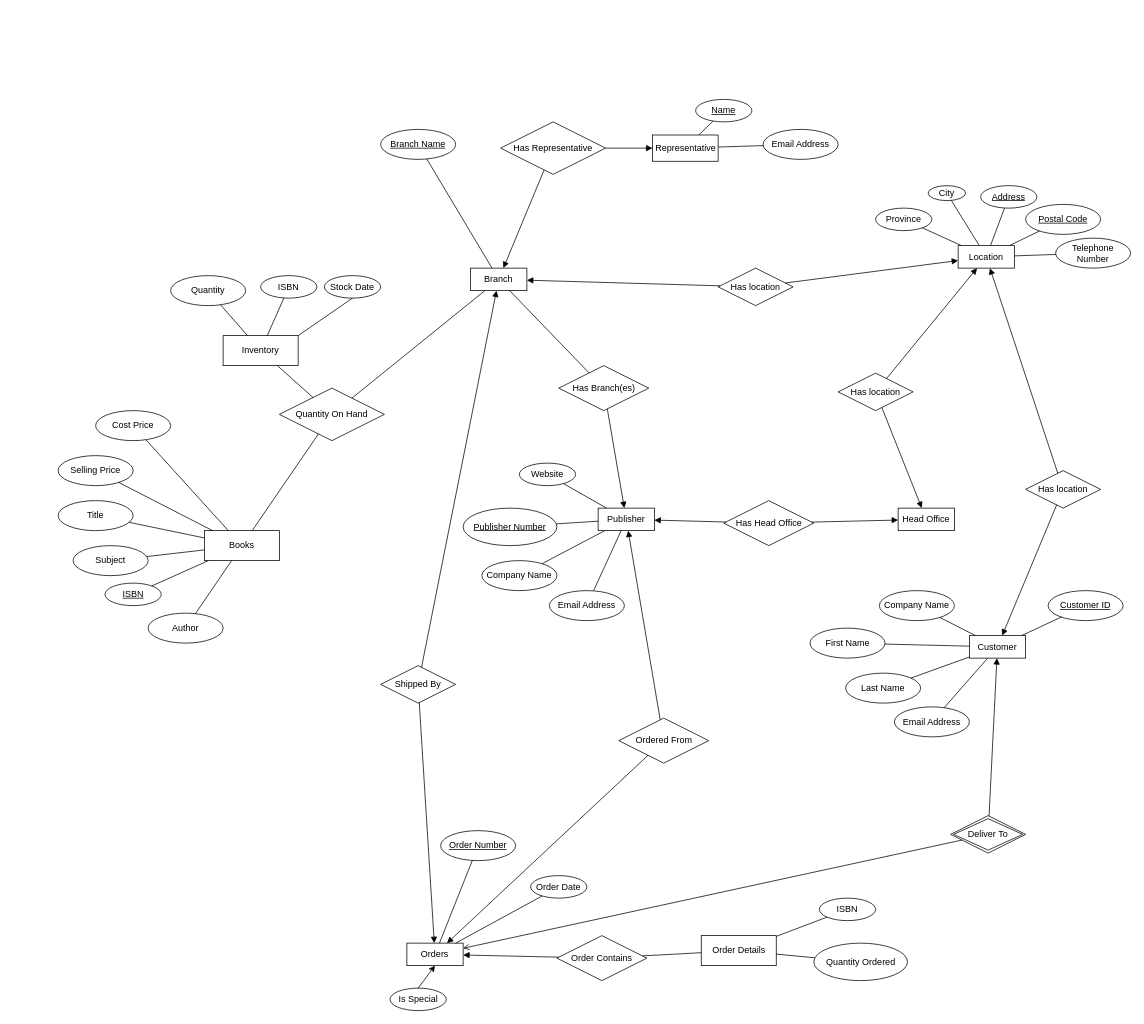
The draw.io diagram ER-diagram.drawio in gordonpn/comp353-warmup-project, before the edit. Source tidied: cells renumbered, new cells numbered last; positions are measured from the earlier drawing's top-left corner, leaving out a move shared by most shapes. Both pictures are drawn from the tidied source at 75%, with x=0, y=0 at pixel (58, 99).
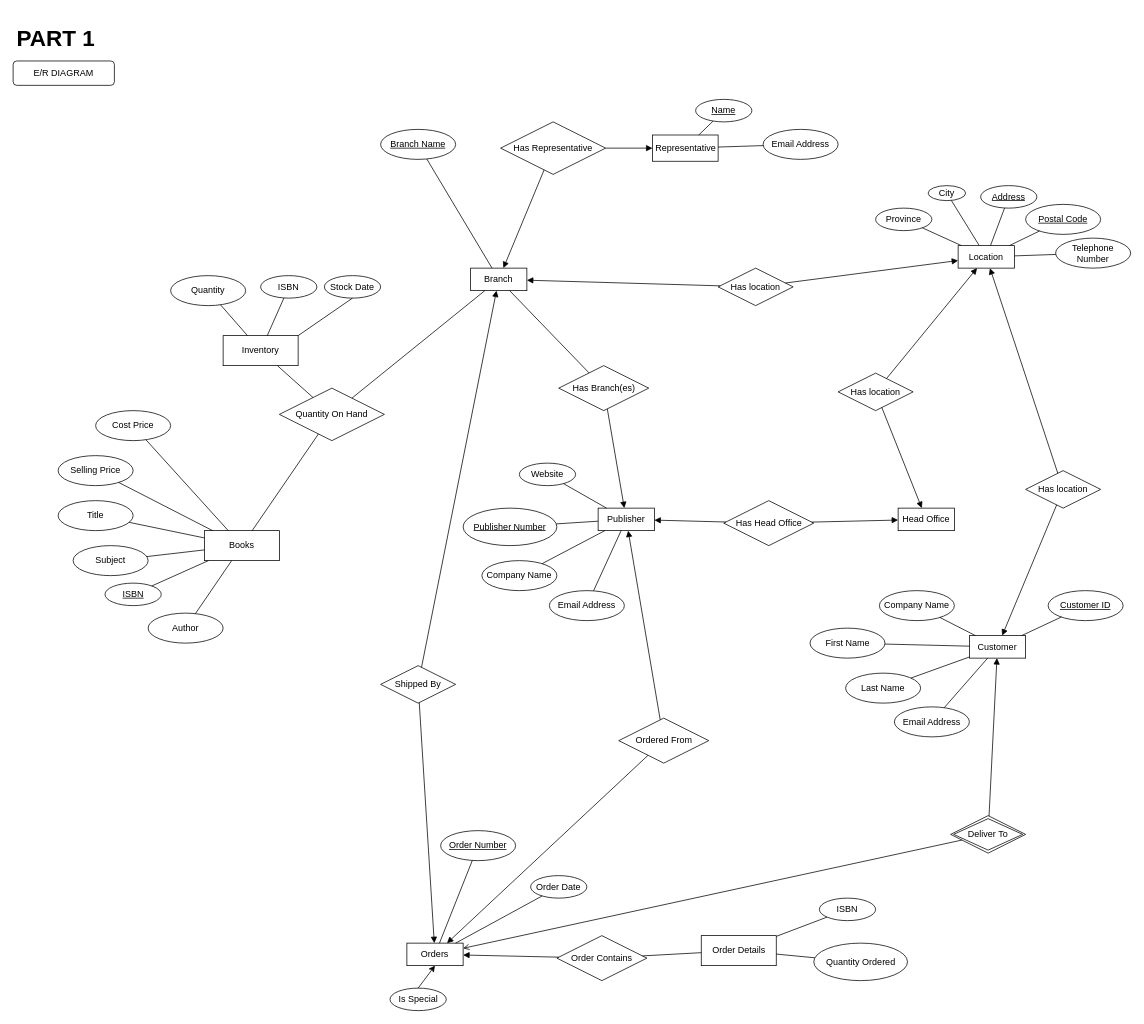
The same page after the edit.

The edit, as a diff of the source:
```diff
@@
+    <mxCell id="108" value="&lt;h1&gt;&lt;font style=&quot;font-size: 30px&quot;&gt;PART 1&lt;/font&gt;&lt;/h1&gt;" style="text;html=1;strokeColor=none;fillColor=none;spacing=5;spacingTop=-20;whiteSpace=wrap;overflow=hidden;rounded=0;" parent="1" vertex="1">
+      <mxGeometry x="-60" y="-105" width="190" height="120" as="geometry" />
+    </mxCell>
+    <mxCell id="109" value="E/R DIAGRAM" style="rounded=1;whiteSpace=wrap;html=1;" parent="1" vertex="1">
+      <mxGeometry x="-60" y="-51.2" width="135" height="32.5" as="geometry" />
+    </mxCell>
```
